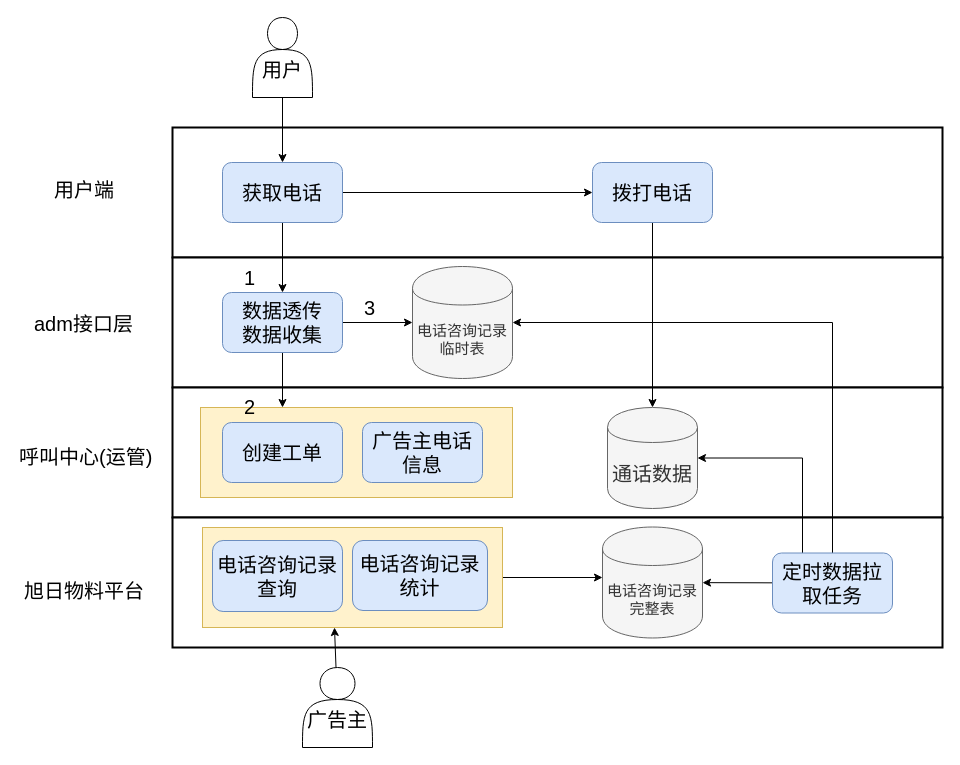
Above: phone2.0.drawio in effyroth/drawio2 (draw.io), before the change. Source tidied: cells renumbered, new cells numbered last; positions are measured from the earlier drawing's top-left corner, leaving out a move shared by most shapes. Both pictures are drawn from the tidied source at 100%, with x=0, y=0 at pixel (17, 17).
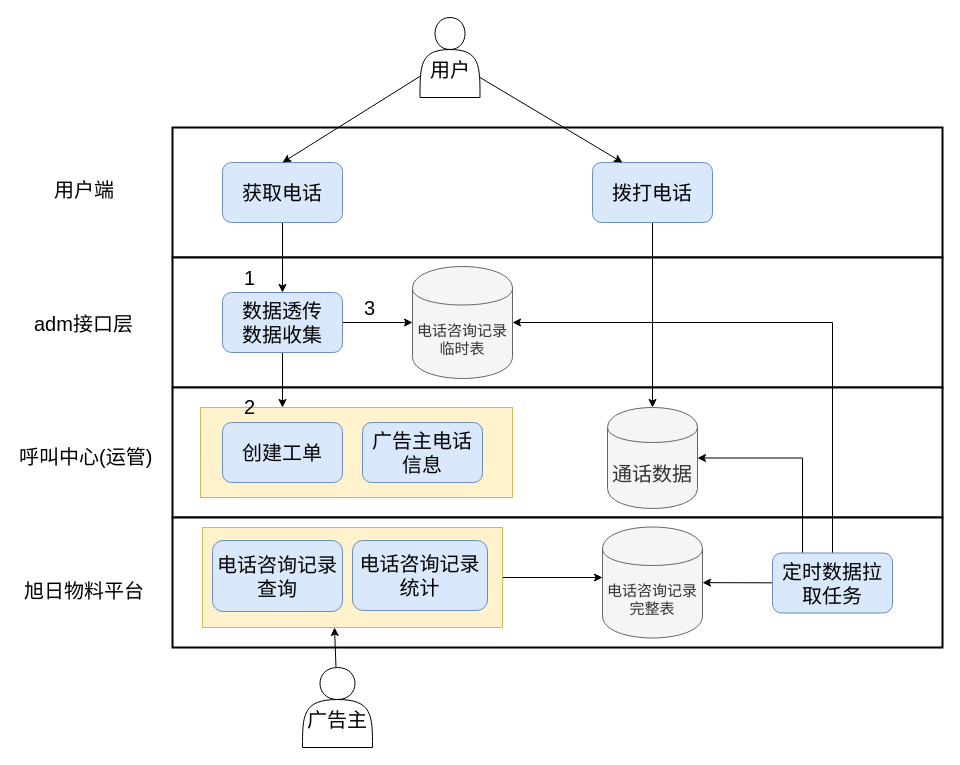
The same page after the edit.

Unchanged cells that the change refers to:
```xml
<mxCell id="7" value="&lt;font style=&quot;font-size: 20px&quot;&gt;拨打电话&lt;/font&gt;" style="rounded=1;whiteSpace=wrap;html=1;strokeColor=#6c8ebf;strokeWidth=1;fillColor=#dae8fc;" parent="1" vertex="1">
  <mxGeometry x="575" y="145" width="120" height="60" as="geometry" />
</mxCell>
<mxCell id="14" value="&lt;font style=&quot;font-size: 20px&quot;&gt;获取电话&lt;/font&gt;" style="rounded=1;whiteSpace=wrap;html=1;strokeColor=#6c8ebf;strokeWidth=1;fillColor=#dae8fc;" parent="1" vertex="1">
  <mxGeometry x="205" y="145" width="120" height="60" as="geometry" />
</mxCell>
```

The edit, as a diff of the source:
```diff
@@
-    <mxCell id="13" style="edgeStyle=none;rounded=0;jettySize=auto;html=1;entryX=0;entryY=0.5;entryDx=0;entryDy=0;" parent="1" edge="1" source="14" target="7">
-      <mxGeometry relative="1" as="geometry" />
-    </mxCell>
@@
+    <mxCell id="39" style="edgeStyle=none;rounded=0;jettySize=auto;html=1;exitX=1;exitY=0.75;exitDx=0;exitDy=0;entryX=0.25;entryY=0;entryDx=0;entryDy=0;" parent="1" edge="1" source="32" target="7">
+      <mxGeometry relative="1" as="geometry" />
+    </mxCell>
     <mxCell id="32" value="&lt;font style=&quot;font-size: 20px&quot;&gt;&lt;br&gt;用户&lt;/font&gt;" style="shape=actor;whiteSpace=wrap;html=1;strokeColor=#000000;strokeWidth=1;gradientColor=none;" parent="1" vertex="1">
-      <mxGeometry x="235" width="60" height="80" as="geometry" />
+      <mxGeometry x="402.5" width="60" height="80" as="geometry" />
     </mxCell>
```
